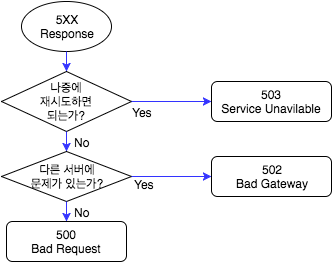
Earlier version of the draw.io export images/5XX.png (ridi/style-guide). Source tidied: cells renumbered, new cells last; positions are measured from the earlier drawing's top-left corner, leaving out a move shared by most shapes. Source of this version:
```xml
<mxGraphModel background="#ffffff">
  <root>
    <mxCell id="0" />
    <mxCell id="1" parent="0" />
    <mxCell id="2" value="&lt;div&gt;5XX&lt;/div&gt;&lt;div&gt;Response&lt;/div&gt;" style="ellipse;whiteSpace=wrap;html=1;strokeColor=#000000;strokeWidth=1;fillColor=none;" parent="1" vertex="1">
      <mxGeometry x="20" width="90" height="50" as="geometry" />
    </mxCell>
    <mxCell id="3" value="나중에&lt;div&gt;재시도하면&lt;/div&gt;&lt;div&gt;되는가?&lt;/div&gt;" style="rhombus;whiteSpace=wrap;html=1;strokeColor=#000000;strokeWidth=1;fillColor=none;" parent="1" vertex="1">
      <mxGeometry y="70" width="130" height="60" as="geometry" />
    </mxCell>
    <mxCell id="4" style="endArrow=classic;html=1;strokeColor=#3333FF;" parent="1" edge="1" source="2">
      <mxGeometry relative="1" as="geometry">
        <mxPoint x="65" y="70" as="targetPoint" />
      </mxGeometry>
    </mxCell>
    <mxCell id="5" style="endArrow=classic;html=1;strokeColor=#3333FF;exitX=1;exitY=0.5;entryX=0;entryY=0.5;" parent="1" edge="1" source="3" target="9">
      <mxGeometry relative="1" as="geometry" />
    </mxCell>
    <mxCell id="6" value="Yes" style="text;html=1;align=center;verticalAlign=middle;labelBackgroundColor=#ffffff;" parent="5" vertex="1">
      <mxGeometry x="-0.18" y="-1" relative="1" as="geometry">
        <mxPoint x="-23" y="9" as="offset" />
      </mxGeometry>
    </mxCell>
    <mxCell id="7" style="endArrow=classic;html=1;strokeColor=#3333FF;exitX=0.5;exitY=1;entryX=0.5;entryY=0;" parent="1" edge="1" source="3" target="12">
      <mxGeometry relative="1" as="geometry" />
    </mxCell>
    <mxCell id="8" value="No" style="text;html=1;align=center;verticalAlign=middle;labelBackgroundColor=#ffffff;" parent="7" vertex="1">
      <mxGeometry x="-0.5" y="3" relative="1" as="geometry">
        <mxPoint x="12" y="5" as="offset" />
      </mxGeometry>
    </mxCell>
    <mxCell id="9" value="503&lt;div&gt;Service Unavilable&lt;/div&gt;" style="rounded=1;whiteSpace=wrap;html=1;strokeColor=#000000;strokeWidth=1;fillColor=none;" parent="1" vertex="1">
      <mxGeometry x="210" y="80" width="120" height="40" as="geometry" />
    </mxCell>
    <mxCell id="10" value="502&lt;div&gt;Bad Gateway&lt;/div&gt;" style="rounded=1;whiteSpace=wrap;html=1;strokeColor=#000000;strokeWidth=1;fillColor=none;" parent="1" vertex="1">
      <mxGeometry x="210" y="155" width="120" height="40" as="geometry" />
    </mxCell>
    <mxCell id="11" value="500&lt;div&gt;Bad Request&lt;/div&gt;" style="rounded=1;whiteSpace=wrap;html=1;strokeColor=#000000;strokeWidth=1;fillColor=none;" parent="1" vertex="1">
      <mxGeometry x="5" y="220" width="120" height="40" as="geometry" />
    </mxCell>
    <mxCell id="12" value="다른 서버에&lt;div&gt;문제가 있는가?&lt;/div&gt;" style="rhombus;whiteSpace=wrap;html=1;strokeColor=#000000;strokeWidth=1;fillColor=none;" parent="1" vertex="1">
      <mxGeometry y="150" width="130" height="50" as="geometry" />
    </mxCell>
    <mxCell id="13" style="endArrow=classic;html=1;strokeColor=#3333FF;exitX=0.5;exitY=1;entryX=0.5;entryY=0;" parent="1" edge="1">
      <mxGeometry relative="1" as="geometry">
        <mxPoint x="65" y="200" as="sourcePoint" />
        <mxPoint x="65" y="220" as="targetPoint" />
      </mxGeometry>
    </mxCell>
    <mxCell id="14" value="No" style="text;html=1;align=center;verticalAlign=middle;labelBackgroundColor=#ffffff;" parent="13" vertex="1">
      <mxGeometry x="-0.5" y="3" relative="1" as="geometry">
        <mxPoint x="12" y="5" as="offset" />
      </mxGeometry>
    </mxCell>
    <mxCell id="15" style="endArrow=classic;html=1;strokeColor=#3333FF;exitX=1;exitY=0.5;entryX=0;entryY=0.5;" parent="1" edge="1" source="12" target="10">
      <mxGeometry relative="1" as="geometry" />
    </mxCell>
    <mxCell id="16" value="Yes" style="text;html=1;align=center;verticalAlign=middle;labelBackgroundColor=#ffffff;" parent="15" vertex="1">
      <mxGeometry x="-0.18" y="-1" relative="1" as="geometry">
        <mxPoint x="-21" y="6" as="offset" />
      </mxGeometry>
    </mxCell>
  </root>
</mxGraphModel>
```
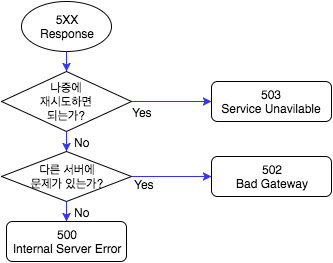
The same diagram one commit later.

The edit, as a diff of the source:
```diff
@@ -35,7 +35,7 @@
     <mxCell id="10" value="502&lt;div&gt;Bad Gateway&lt;/div&gt;" style="rounded=1;whiteSpace=wrap;html=1;strokeColor=#000000;strokeWidth=1;fillColor=none;" parent="1" vertex="1">
       <mxGeometry x="210" y="155" width="120" height="40" as="geometry" />
     </mxCell>
-    <mxCell id="11" value="500&lt;div&gt;Bad Request&lt;/div&gt;" style="rounded=1;whiteSpace=wrap;html=1;strokeColor=#000000;strokeWidth=1;fillColor=none;" parent="1" vertex="1">
+    <mxCell id="11" value="500&lt;div&gt;Internal Server Error&lt;/div&gt;" style="rounded=1;whiteSpace=wrap;html=1;strokeColor=#000000;strokeWidth=1;fillColor=none;" parent="1" vertex="1">
       <mxGeometry x="5" y="220" width="120" height="40" as="geometry" />
     </mxCell>
     <mxCell id="12" value="다른 서버에&lt;div&gt;문제가 있는가?&lt;/div&gt;" style="rhombus;whiteSpace=wrap;html=1;strokeColor=#000000;strokeWidth=1;fillColor=none;" parent="1" vertex="1">
```
